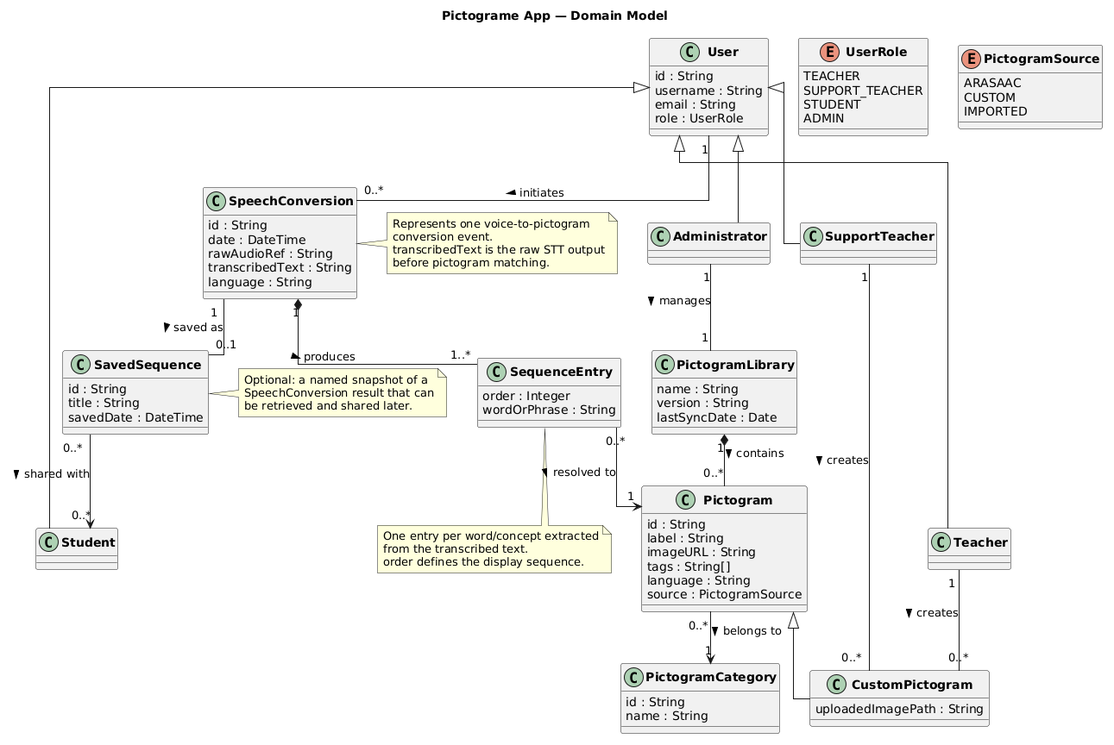
Earlier version of the PlantUML export docs/uml/Domain_Model.png (A-Stupu/PictExpress_app).
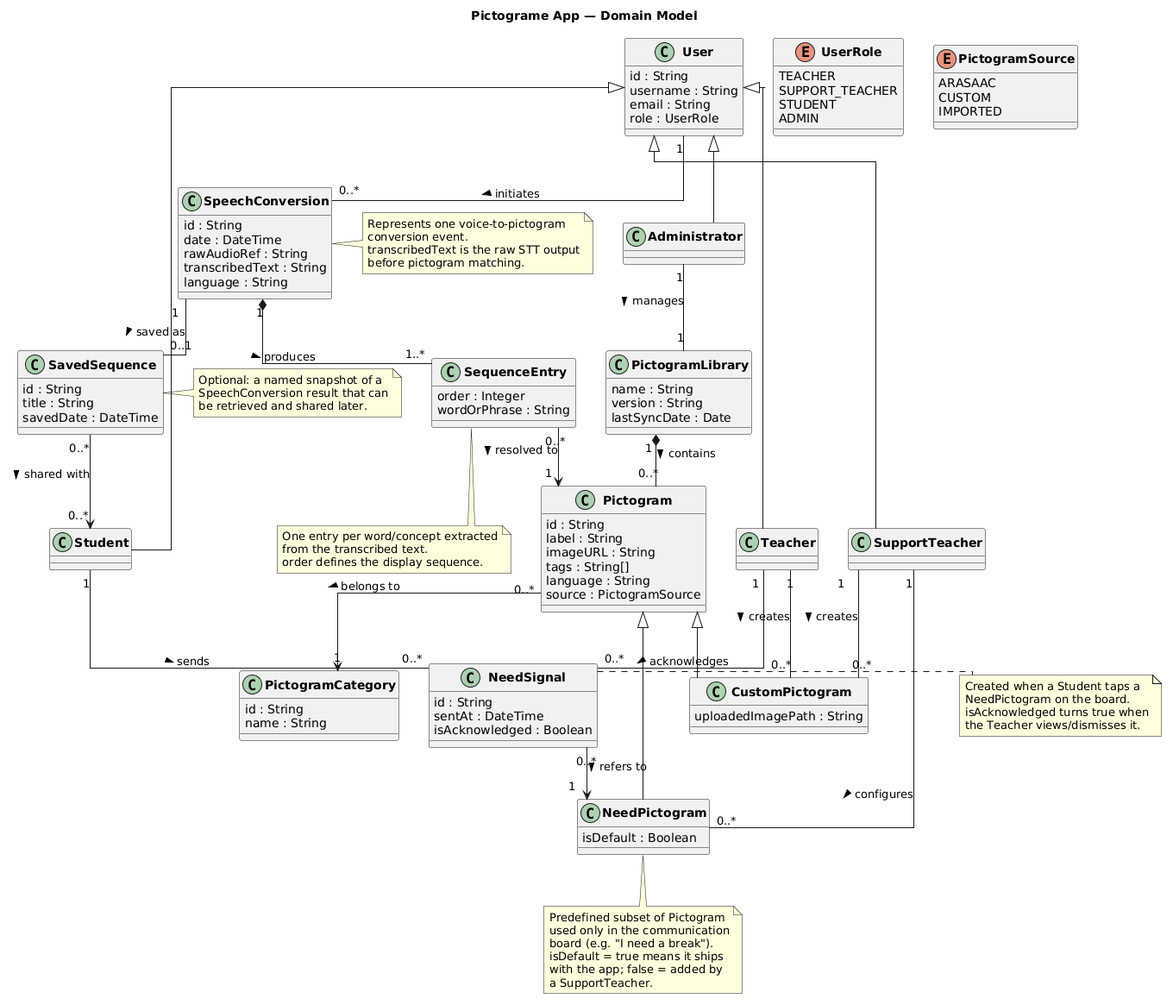
The same file after the commit.

Commit message:
updated domain model and ucd

The edit, as a diff of the source:
```diff
@@ -91,6 +91,19 @@
 Pictogram <|-- CustomPictogram
 
 
+class NeedPictogram {
+  isDefault : Boolean
+}
+
+class NeedSignal {
+  id : String
+  sentAt : DateTime
+  isAcknowledged : Boolean
+}
+
+Pictogram <|-- NeedPictogram
+
+
 User "1" -- "0..*" SpeechConversion : initiates >
 
 SpeechConversion "1" *-- "1..*" SequenceEntry : produces >
@@ -108,6 +121,11 @@
 Teacher "1" -- "0..*" CustomPictogram : creates >
 
 Administrator "1" -- "1" PictogramLibrary : manages >
+
+Student "1" -- "0..*" NeedSignal : sends >
+NeedSignal "0..*" --> "1" NeedPictogram : refers to >
+Teacher "1" -- "0..*" NeedSignal : acknowledges >
+SupportTeacher "1" -- "0..*" NeedPictogram : configures >
 
 note right of SpeechConversion
   Represents one voice-to-pictogram
@@ -127,4 +145,20 @@
   SpeechConversion result that can
   be retrieved and shared later.
 end note
+
+note right of NeedSignal
+  Created when a Student taps a
+  NeedPictogram on the board.
+  isAcknowledged turns true when
+  the Teacher views/dismisses it.
+end note
+
+note bottom of NeedPictogram
+  Predefined subset of Pictogram
+  used only in the communication
+  board (e.g. "I need a break").
+  isDefault = true means it ships
+  with the app; false = added by
+  a SupportTeacher.
+end note
 @enduml
```
